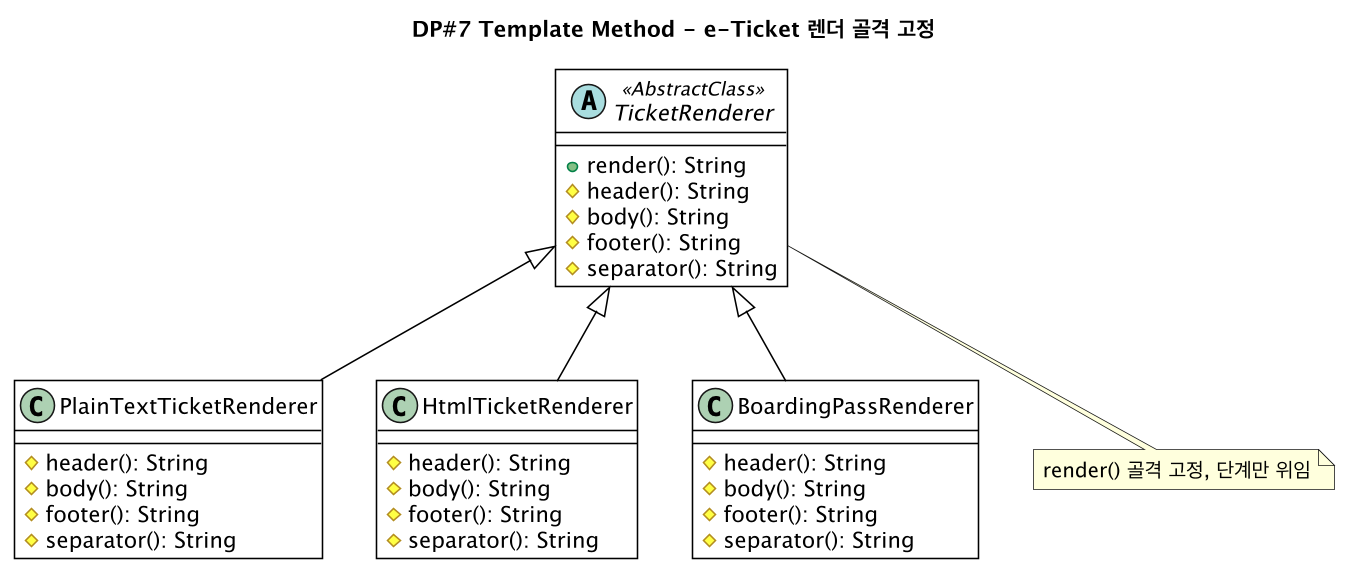
Before: docs/diagrams/iter4-puml/dp7-template-method.png, a diagram exported from PlantUML (gimjungwook/KoreanAirReservationDomain).
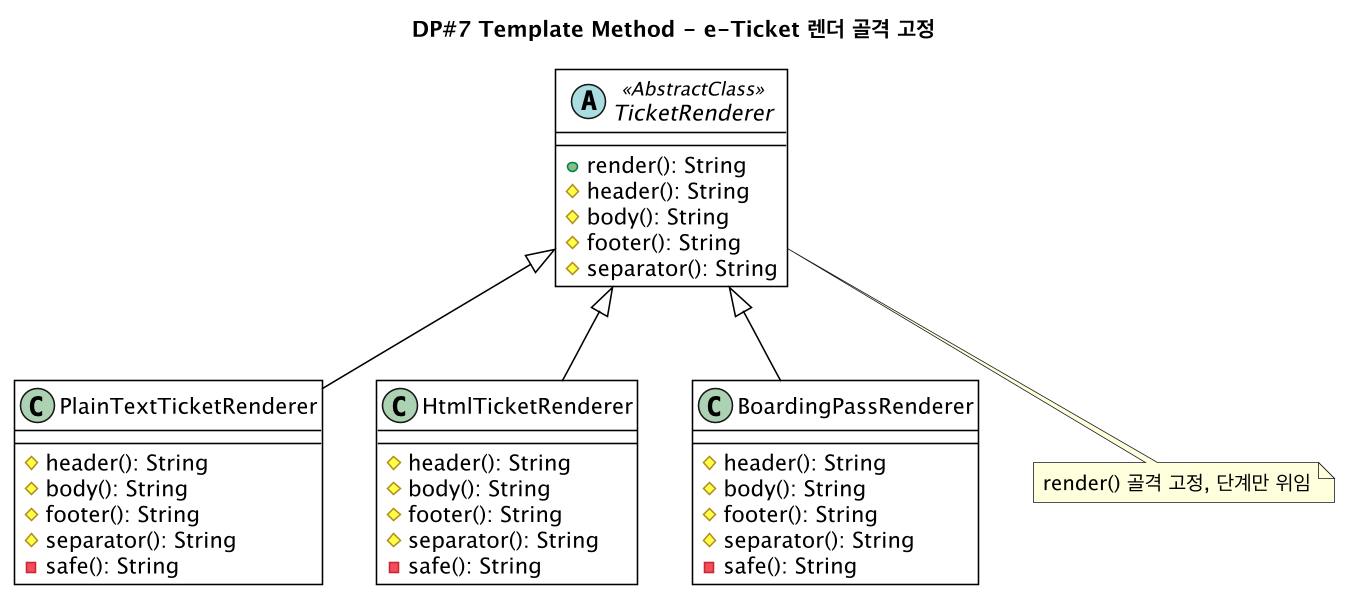
The same diagram one commit later.

What changed in the source:
```diff
@@ -13,18 +13,21 @@
   #body(): String
   #footer(): String
   #separator(): String
+  -safe(): String
 }
 class HtmlTicketRenderer {
   #header(): String
   #body(): String
   #footer(): String
   #separator(): String
+  -safe(): String
 }
 class BoardingPassRenderer {
   #header(): String
   #body(): String
   #footer(): String
   #separator(): String
+  -safe(): String
 }
 TicketRenderer <|-- PlainTextTicketRenderer
 TicketRenderer <|-- HtmlTicketRenderer
```
